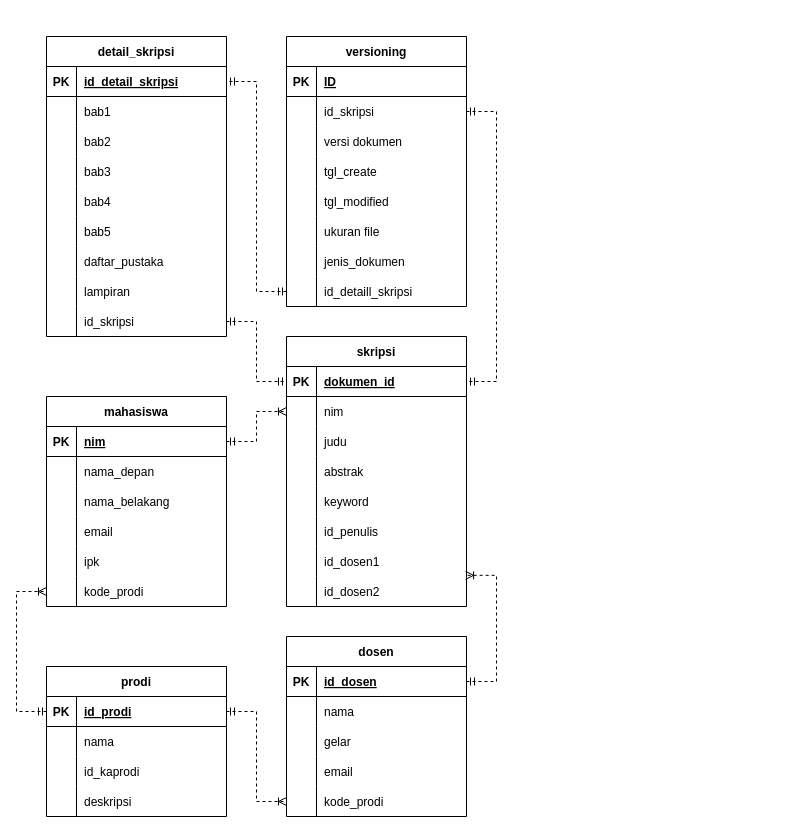
MaximHere/drawio keeps this draw.io diagram as Untitled Diagram.drawio. Above is the earlier version. Source tidied: cells renumbered, new cells numbered last; positions are measured from the earlier drawing's top-left corner, leaving out a move shared by most shapes. Both pictures are drawn from the tidied source at 100%, with x=0, y=0 at pixel (16, 36).
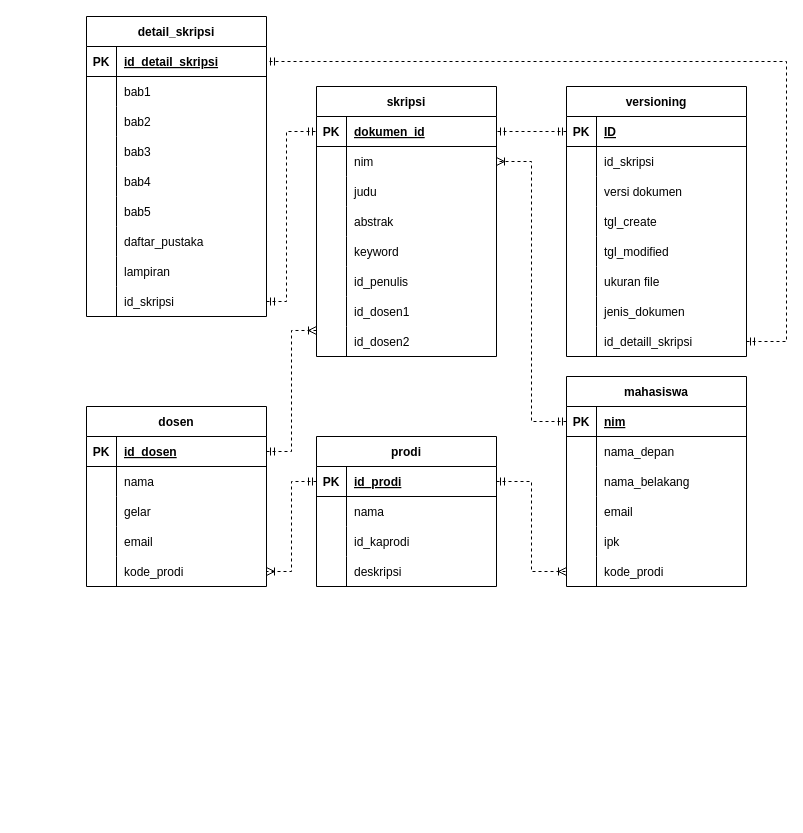
After the change.

The change refers to these unchanged cells:
```xml
<mxCell id="3" style="shape=partialRectangle;fillColor=none;top=0;left=0;bottom=1;right=0;points=[[0,0.5],[1,0.5]];portConstraint=eastwest;" parent="2" vertex="1">
  <mxGeometry y="30" width="180" height="30" as="geometry" />
</mxCell>
<mxCell id="27" style="shape=partialRectangle;fillColor=none;top=0;left=0;bottom=0;right=0;points=[[0,0.5],[1,0.5]];portConstraint=eastwest;" parent="2" vertex="1">
  <mxGeometry y="270" width="180" height="30" as="geometry" />
</mxCell>
<mxCell id="31" style="shape=partialRectangle;fillColor=none;top=0;left=0;bottom=1;right=0;points=[[0,0.5],[1,0.5]];portConstraint=eastwest;" parent="30" vertex="1">
  <mxGeometry y="30" width="180" height="30" as="geometry" />
</mxCell>
<mxCell id="34" style="shape=partialRectangle;fillColor=none;top=0;left=0;bottom=0;right=0;points=[[0,0.5],[1,0.5]];portConstraint=eastwest;" parent="30" vertex="1">
  <mxGeometry y="60" width="180" height="30" as="geometry" />
</mxCell>
<mxCell id="49" style="shape=partialRectangle;fillColor=none;top=0;left=0;bottom=0;right=0;points=[[0,0.5],[1,0.5]];portConstraint=eastwest;" parent="30" vertex="1">
  <mxGeometry y="210" width="180" height="30" as="geometry" />
</mxCell>
<mxCell id="52" style="shape=partialRectangle;fillColor=none;top=0;left=0;bottom=0;right=0;points=[[0,0.5],[1,0.5]];portConstraint=eastwest;" parent="30" vertex="1">
  <mxGeometry y="240" width="180" height="30" as="geometry" />
</mxCell>
<mxCell id="56" style="shape=partialRectangle;fillColor=none;top=0;left=0;bottom=1;right=0;points=[[0,0.5],[1,0.5]];portConstraint=eastwest;" parent="55" vertex="1">
  <mxGeometry y="30" width="180" height="30" as="geometry" />
</mxCell>
<mxCell id="68" style="shape=partialRectangle;fillColor=none;top=0;left=0;bottom=0;right=0;points=[[0,0.5],[1,0.5]];portConstraint=eastwest;" parent="55" vertex="1">
  <mxGeometry y="150" width="180" height="30" as="geometry" />
</mxCell>
<mxCell id="73" style="shape=partialRectangle;fillColor=none;top=0;left=0;bottom=1;right=0;points=[[0,0.5],[1,0.5]];portConstraint=eastwest;" parent="72" vertex="1">
  <mxGeometry y="30" width="180" height="30" as="geometry" />
</mxCell>
<mxCell id="86" style="shape=partialRectangle;fillColor=none;top=0;left=0;bottom=1;right=0;points=[[0,0.5],[1,0.5]];portConstraint=eastwest;" parent="85" vertex="1">
  <mxGeometry y="30" width="180" height="30" as="geometry" />
</mxCell>
<mxCell id="101" style="shape=partialRectangle;fillColor=none;top=0;left=0;bottom=0;right=0;points=[[0,0.5],[1,0.5]];portConstraint=eastwest;" parent="85" vertex="1">
  <mxGeometry y="180" width="180" height="30" as="geometry" />
</mxCell>
<mxCell id="105" style="shape=partialRectangle;fillColor=none;top=0;left=0;bottom=1;right=0;points=[[0,0.5],[1,0.5]];portConstraint=eastwest;" parent="104" vertex="1">
  <mxGeometry y="30" width="180" height="30" as="geometry" />
</mxCell>
<mxCell id="108" style="shape=partialRectangle;fillColor=none;top=0;left=0;bottom=0;right=0;points=[[0,0.5],[1,0.5]];portConstraint=eastwest;" parent="104" vertex="1">
  <mxGeometry y="60" width="180" height="30" as="geometry" />
</mxCell>
<mxCell id="126" style="shape=partialRectangle;fillColor=none;top=0;left=0;bottom=0;right=0;points=[[0,0.5],[1,0.5]];portConstraint=eastwest;" parent="104" vertex="1">
  <mxGeometry y="240" width="180" height="30" as="geometry" />
</mxCell>
```

The edit, as a diff of the source:
```diff
@@
     <mxCell id="2" value="detail_skripsi" style="shape=table;startSize=30;childLayout=tableLayout;rowLines=0;fontStyle=1;align=center;" parent="1" vertex="1">
-      <mxGeometry x="30" width="180" height="300" as="geometry" />
+      <mxGeometry x="70" y="-20" width="180" height="300" as="geometry" />
     </mxCell>
@@
     <mxCell id="30" value="skripsi" style="shape=table;startSize=30;childLayout=tableLayout;rowLines=0;fontStyle=1;align=center;" parent="1" vertex="1">
-      <mxGeometry x="270" y="300" width="180" height="270" as="geometry" />
+      <mxGeometry x="300" y="50" width="180" height="270" as="geometry" />
     </mxCell>
@@
     <mxCell id="55" value="dosen" style="shape=table;startSize=30;childLayout=tableLayout;rowLines=0;fontStyle=1;align=center;" parent="1" vertex="1">
-      <mxGeometry x="270" y="600" width="180" height="180" as="geometry" />
+      <mxGeometry x="70" y="370" width="180" height="180" as="geometry" />
     </mxCell>
@@
-    <mxCell id="71" style="edgeStyle=elbowEdgeStyle;fontSize=12;html=1;endArrow=ERoneToMany;startArrow=ERmandOne;rounded=0;exitX=1;exitY=0.5;exitDx=0;exitDy=0;dashed=1;entryX=0.995;entryY=-0.039;entryDx=0;entryDy=0;entryPerimeter=0;" parent="1" edge="1" source="56" target="52">
-      <mxGeometry relative="1" as="geometry">
-        <Array as="points">
-          <mxPoint x="480" y="600" />
-        </Array>
-      </mxGeometry>
+    <mxCell id="71" style="edgeStyle=elbowEdgeStyle;fontSize=12;html=1;endArrow=ERoneToMany;startArrow=ERmandOne;rounded=0;dashed=1;exitX=1;exitY=0.5;exitDx=0;exitDy=0;entryX=0;entryY=1.133;entryDx=0;entryDy=0;entryPerimeter=0;" parent="1" edge="1" source="56" target="49">
+      <mxGeometry relative="1" as="geometry" />
     </mxCell>
     <mxCell id="72" value="prodi" style="shape=table;startSize=30;childLayout=tableLayout;rowLines=0;fontStyle=1;align=center;" parent="1" vertex="1">
-      <mxGeometry x="30" y="630" width="180" height="150" as="geometry" />
+      <mxGeometry x="300" y="400" width="180" height="150" as="geometry" />
     </mxCell>
@@
     <mxCell id="85" value="mahasiswa" style="shape=table;startSize=30;childLayout=tableLayout;rowLines=0;fontStyle=1;align=center;" parent="1" vertex="1">
-      <mxGeometry x="30" y="360" width="180" height="210" as="geometry" />
+      <mxGeometry x="550" y="340" width="180" height="210" as="geometry" />
     </mxCell>
@@
     <mxCell id="104" value="versioning" style="shape=table;startSize=30;childLayout=tableLayout;rowLines=0;fontStyle=1;align=center;" parent="1" vertex="1">
-      <mxGeometry x="270" width="180" height="270" as="geometry" />
+      <mxGeometry x="550" y="50" width="180" height="270" as="geometry" />
     </mxCell>
@@
-    <mxCell id="129" style="edgeStyle=elbowEdgeStyle;fontSize=12;html=1;endArrow=ERoneToMany;startArrow=ERmandOne;rounded=0;dashed=1;entryX=0;entryY=0.5;entryDx=0;entryDy=0;exitX=0;exitY=0.5;exitDx=0;exitDy=0;" parent="1" edge="1" source="73" target="101">
-      <mxGeometry relative="1" as="geometry">
-        <Array as="points">
-          <mxPoint y="610" />
-        </Array>
-      </mxGeometry>
+    <mxCell id="129" style="edgeStyle=elbowEdgeStyle;fontSize=12;html=1;endArrow=ERoneToMany;startArrow=ERmandOne;rounded=0;dashed=1;entryX=0;entryY=0.5;entryDx=0;entryDy=0;exitX=1;exitY=0.5;exitDx=0;exitDy=0;" parent="1" edge="1" source="73" target="101">
+      <mxGeometry relative="1" as="geometry" />
     </mxCell>
     <mxCell id="130" style="edgeStyle=elbowEdgeStyle;fontSize=12;html=1;endArrow=ERmandOne;startArrow=ERmandOne;rounded=0;dashed=1;entryX=0;entryY=0.5;entryDx=0;entryDy=0;exitX=1;exitY=0.5;exitDx=0;exitDy=0;" parent="1" edge="1" source="27" target="31">
       <mxGeometry relative="1" as="geometry">
         <Array as="points">
-          <mxPoint x="240" y="330" />
+          <mxPoint x="270" y="190" />
         </Array>
       </mxGeometry>
     </mxCell>
-    <mxCell id="131" style="edgeStyle=entityRelationEdgeStyle;fontSize=12;html=1;endArrow=ERmandOne;startArrow=ERmandOne;rounded=0;dashed=1;entryX=1;entryY=0.5;entryDx=0;entryDy=0;exitX=1;exitY=0.5;exitDx=0;exitDy=0;" parent="1" edge="1" source="108" target="31">
+    <mxCell id="131" style="fontSize=12;html=1;endArrow=ERmandOne;startArrow=ERmandOne;rounded=0;dashed=1;entryX=1;entryY=0.5;entryDx=0;entryDy=0;exitX=0;exitY=0.5;exitDx=0;exitDy=0;edgeStyle=orthogonalEdgeStyle;" parent="1" edge="1" source="105" target="31">
       <mxGeometry relative="1" as="geometry" />
     </mxCell>
-    <mxCell id="132" style="fontSize=12;html=1;endArrow=ERoneToMany;startArrow=ERmandOne;rounded=0;exitX=1;exitY=0.5;exitDx=0;exitDy=0;dashed=1;entryX=0;entryY=0.5;entryDx=0;entryDy=0;edgeStyle=elbowEdgeStyle;" parent="1" edge="1" source="86" target="34">
+    <mxCell id="132" style="fontSize=12;html=1;endArrow=ERoneToMany;startArrow=ERmandOne;rounded=0;dashed=1;edgeStyle=elbowEdgeStyle;exitX=0;exitY=0.5;exitDx=0;exitDy=0;" parent="1" edge="1" source="86" target="34">
       <mxGeometry relative="1" as="geometry" />
     </mxCell>
-    <mxCell id="133" style="edgeStyle=elbowEdgeStyle;fontSize=12;html=1;endArrow=ERoneToMany;startArrow=ERmandOne;rounded=0;dashed=1;entryX=0;entryY=0.5;entryDx=0;entryDy=0;exitX=1;exitY=0.5;exitDx=0;exitDy=0;" parent="1" edge="1" source="73" target="68">
-      <mxGeometry relative="1" as="geometry">
-        <Array as="points">
-          <mxPoint x="240" y="740" />
-        </Array>
-      </mxGeometry>
+    <mxCell id="133" style="edgeStyle=elbowEdgeStyle;fontSize=12;html=1;endArrow=ERoneToMany;startArrow=ERmandOne;rounded=0;dashed=1;entryX=1;entryY=0.5;entryDx=0;entryDy=0;exitX=0;exitY=0.5;exitDx=0;exitDy=0;" parent="1" edge="1" source="73" target="68">
+      <mxGeometry relative="1" as="geometry" />
     </mxCell>
-    <mxCell id="134" style="edgeStyle=elbowEdgeStyle;fontSize=12;html=1;endArrow=ERmandOne;startArrow=ERmandOne;rounded=0;dashed=1;exitX=0;exitY=0.5;exitDx=0;exitDy=0;entryX=1;entryY=0.5;entryDx=0;entryDy=0;" parent="1" edge="1" source="126" target="3">
-      <mxGeometry relative="1" as="geometry" />
+    <mxCell id="134" style="edgeStyle=orthogonalEdgeStyle;fontSize=12;html=1;endArrow=ERmandOne;startArrow=ERmandOne;rounded=0;dashed=1;exitX=1;exitY=0.5;exitDx=0;exitDy=0;entryX=1;entryY=0.5;entryDx=0;entryDy=0;" parent="1" edge="1" source="126" target="3">
+      <mxGeometry relative="1" as="geometry">
+        <Array as="points">
+          <mxPoint x="770" y="305" />
+          <mxPoint x="770" y="25" />
+        </Array>
+      </mxGeometry>
     </mxCell>
```
